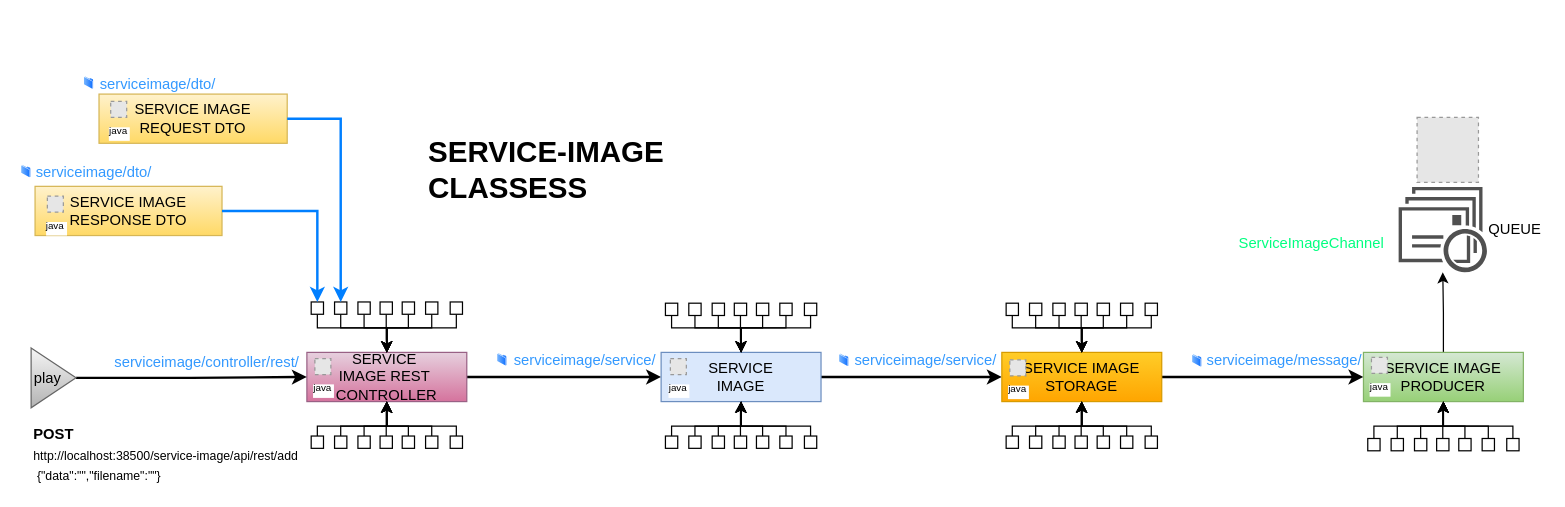
Above: page "SERVICE-IMAGE Class" (2 of 3) of media/s3-rabbitmq-service-image.drawio in huntercodexs/s3-rabbitmq-service-image (draw.io), before the change. Source tidied: cells renumbered, new cells numbered last; positions are measured from the earlier drawing's top-left corner, leaving out a move shared by most shapes. Both pictures are drawn from the tidied source at 123%, with x=0, y=0 at pixel (21, 65). Pictures stored in the file or linked from it are replaced by grey dashed boxes.
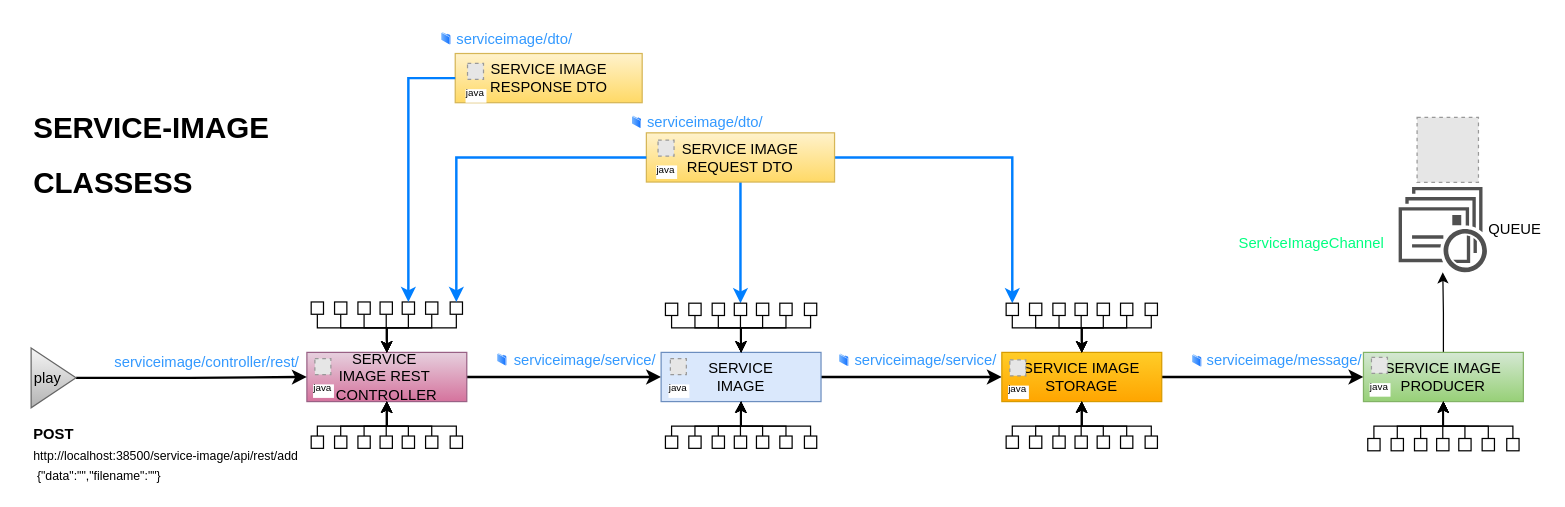
After the change.

The change refers to these unchanged cells:
```xml
<mxCell id="24" style="whiteSpace=wrap;html=1;" parent="1" vertex="1">
  <mxGeometry x="579.5" y="193" width="10" height="10" as="geometry" />
</mxCell>
<mxCell id="32" style="whiteSpace=wrap;html=1;" parent="1" vertex="1">
  <mxGeometry x="235.5" y="192" width="10" height="10" as="geometry" />
</mxCell>
<mxCell id="34" style="whiteSpace=wrap;html=1;" parent="1" vertex="1">
  <mxGeometry x="254.5" y="192" width="10" height="10" as="geometry" />
</mxCell>
<mxCell id="40" style="whiteSpace=wrap;html=1;" parent="1" vertex="1">
  <mxGeometry x="309.5" y="192" width="10" height="10" as="geometry" />
</mxCell>
<mxCell id="44" style="whiteSpace=wrap;html=1;" parent="1" vertex="1">
  <mxGeometry x="348.5" y="192" width="10" height="10" as="geometry" />
</mxCell>
<mxCell id="102" style="whiteSpace=wrap;html=1;" parent="1" vertex="1">
  <mxGeometry x="800.5" y="193" width="10" height="10" as="geometry" />
</mxCell>
```

Change to the diagram source:
```diff
@@
+    <mxCell id="138" style="edgeStyle=orthogonalEdgeStyle;rounded=0;jettySize=auto;html=1;entryX=0.5;entryY=0;entryDx=0;entryDy=0;strokeWidth=2;strokeColor=#007FFF;" parent="1" edge="1" source="10" target="24">
+      <mxGeometry relative="1" as="geometry" />
+    </mxCell>
+    <mxCell id="139" style="edgeStyle=orthogonalEdgeStyle;rounded=0;jettySize=auto;html=1;entryX=0.5;entryY=0;entryDx=0;entryDy=0;strokeWidth=2;strokeColor=#007FFF;" parent="1" edge="1" source="10" target="102">
+      <mxGeometry relative="1" as="geometry" />
+    </mxCell>
     <mxCell id="10" value="&lt;div&gt;SERVICE IMAGE&lt;/div&gt;&lt;div&gt;REQUEST DTO&lt;br&gt;&lt;/div&gt;" style="rounded=0;whiteSpace=wrap;html=1;fillColor=#fff2cc;strokeColor=#d6b656;gradientColor=#ffd966;" parent="1" vertex="1">
-      <mxGeometry x="63" y="23" width="153" height="40" as="geometry" />
+      <mxGeometry x="508" y="54.5" width="153" height="40" as="geometry" />
     </mxCell>
     <mxCell id="11" value="&lt;div&gt;SERVICE IMAGE&lt;/div&gt;&lt;div&gt;RESPONSE DTO&lt;br&gt;&lt;/div&gt;" style="rounded=0;whiteSpace=wrap;html=1;fillColor=#fff2cc;strokeColor=#d6b656;gradientColor=#ffd966;" parent="1" vertex="1">
-      <mxGeometry x="11" y="98" width="152" height="40" as="geometry" />
+      <mxGeometry x="352.6" y="-10" width="152" height="40" as="geometry" />
     </mxCell>
     <mxCell id="12" value="serviceimage/dto/" style="text;html=1;align=left;verticalAlign=middle;strokeColor=none;fillColor=none;fontColor=#3399FF;" parent="1" vertex="1">
-      <mxGeometry x="62" width="120" height="30" as="geometry" />
+      <mxGeometry x="506.5" y="30.5" width="120" height="30" as="geometry" />
     </mxCell>
     <mxCell id="13" value="&lt;div align=&quot;left&quot;&gt;serviceimage/dto/&lt;/div&gt;" style="text;html=1;align=left;verticalAlign=middle;strokeColor=none;fillColor=none;fontColor=#3399FF;" parent="1" vertex="1">
-      <mxGeometry x="10" y="72" width="120" height="30" as="geometry" />
+      <mxGeometry x="351.6" y="-36" width="120" height="30" as="geometry" />
     </mxCell>
@@
-    <mxCell id="16" value="&lt;h1 style=&quot;margin-top: 0px;&quot;&gt;&lt;font style=&quot;font-size: 24px;&quot;&gt;SERVICE-IMAGE CLASSESS&lt;font&gt;&lt;br&gt;&lt;/font&gt;&lt;/font&gt;&lt;/h1&gt;" style="text;html=1;whiteSpace=wrap;overflow=hidden;rounded=0;" parent="1" vertex="1">
-      <mxGeometry x="328.5" y="50" width="303" height="70" as="geometry" />
+    <mxCell id="16" value="&lt;h1 style=&quot;margin-top: 0px;&quot;&gt;&lt;font style=&quot;font-size: 24px;&quot;&gt;SERVICE-IMAGE&lt;/font&gt;&lt;/h1&gt;&lt;h1 style=&quot;margin-top: 0px;&quot;&gt;&lt;font style=&quot;font-size: 24px;&quot;&gt;CLASSESS&lt;font&gt;&lt;br&gt;&lt;/font&gt;&lt;/font&gt;&lt;/h1&gt;" style="text;html=1;whiteSpace=wrap;overflow=hidden;rounded=0;" parent="1" vertex="1">
+      <mxGeometry x="7.8" y="30" width="241.9" height="78" as="geometry" />
     </mxCell>
@@
     <mxCell id="117" style="image;perimeter=ellipsePerimeter;html=1;align=center;shadow=0;dashed=0;spacingTop=3;image=img/lib/active_directory/folder.svg;" parent="1" vertex="1">
-      <mxGeometry x="51" y="8.5" width="8" height="11" as="geometry" />
+      <mxGeometry x="496.5" y="40.5" width="8" height="11" as="geometry" />
     </mxCell>
     <mxCell id="118" style="image;perimeter=ellipsePerimeter;html=1;align=center;shadow=0;dashed=0;spacingTop=3;image=img/lib/active_directory/folder.svg;" parent="1" vertex="1">
-      <mxGeometry y="80.5" width="8" height="11" as="geometry" />
+      <mxGeometry x="341.5" y="-27.5" width="8" height="11" as="geometry" />
     </mxCell>
@@
     <mxCell id="121" value="java" style="fillColor=#E6E6E6;strokeColor=#999999;dashed=1;verticalLabelPosition=bottom;labelBackgroundColor=default;verticalAlign=top;fontSize=8;" parent="1" vertex="1">
-      <mxGeometry x="72.5" y="29" width="13" height="13" as="geometry" />
+      <mxGeometry x="517.5" y="60.5" width="13" height="13" as="geometry" />
     </mxCell>
     <mxCell id="122" value="java" style="fillColor=#E6E6E6;strokeColor=#999999;dashed=1;verticalLabelPosition=bottom;labelBackgroundColor=default;verticalAlign=top;fontSize=8;" parent="1" vertex="1">
-      <mxGeometry x="21" y="106" width="13" height="13" as="geometry" />
+      <mxGeometry x="362.6" y="-2" width="13" height="13" as="geometry" />
     </mxCell>
@@
-    <mxCell id="127" style="edgeStyle=orthogonalEdgeStyle;rounded=0;jettySize=auto;html=1;exitX=1;exitY=0.5;exitDx=0;exitDy=0;strokeColor=#007FFF;entryX=0.5;entryY=0;entryDx=0;entryDy=0;strokeWidth=2;" parent="1" edge="1" source="11" target="32">
+    <mxCell id="127" style="edgeStyle=orthogonalEdgeStyle;rounded=0;jettySize=auto;html=1;exitX=0;exitY=0.5;exitDx=0;exitDy=0;strokeColor=#007FFF;entryX=0.5;entryY=0;entryDx=0;entryDy=0;strokeWidth=2;" parent="1" edge="1" source="11" target="40">
       <mxGeometry relative="1" as="geometry" />
     </mxCell>
-    <mxCell id="128" style="edgeStyle=orthogonalEdgeStyle;rounded=0;jettySize=auto;html=1;exitX=1;exitY=0.5;exitDx=0;exitDy=0;strokeColor=#007FFF;entryX=0.5;entryY=0;entryDx=0;entryDy=0;strokeWidth=2;" parent="1" edge="1" source="10" target="34">
+    <mxCell id="128" style="edgeStyle=orthogonalEdgeStyle;rounded=0;jettySize=auto;html=1;exitX=0;exitY=0.5;exitDx=0;exitDy=0;strokeColor=#007FFF;entryX=0.5;entryY=0;entryDx=0;entryDy=0;strokeWidth=2;" parent="1" edge="1" source="10" target="44">
       <mxGeometry relative="1" as="geometry" />
     </mxCell>
```
